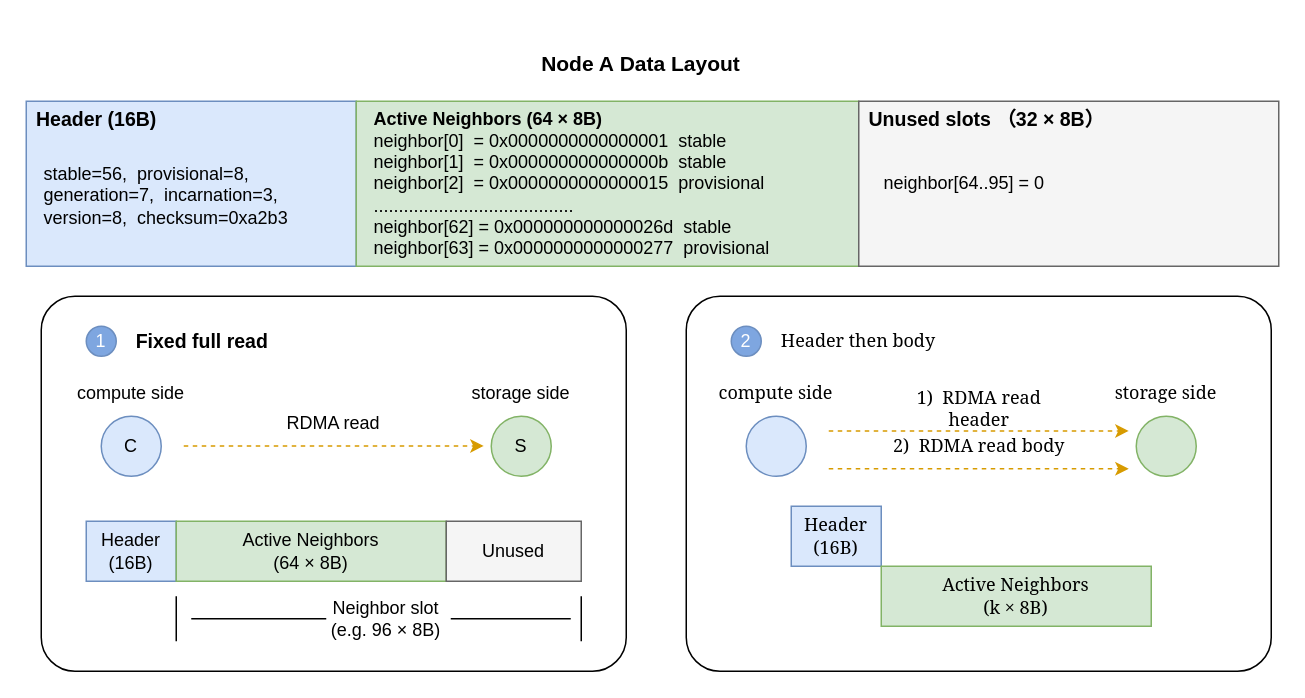
The draw.io diagram conventional-rdma.drawio in diandianjunA/diandianjunA, before the edit. Source tidied: cells renumbered, new cells numbered last; positions are measured from the earlier drawing's top-left corner, leaving out a move shared by most shapes. Both pictures are drawn from the tidied source at 150%, with x=0, y=0 at pixel (26, 40).
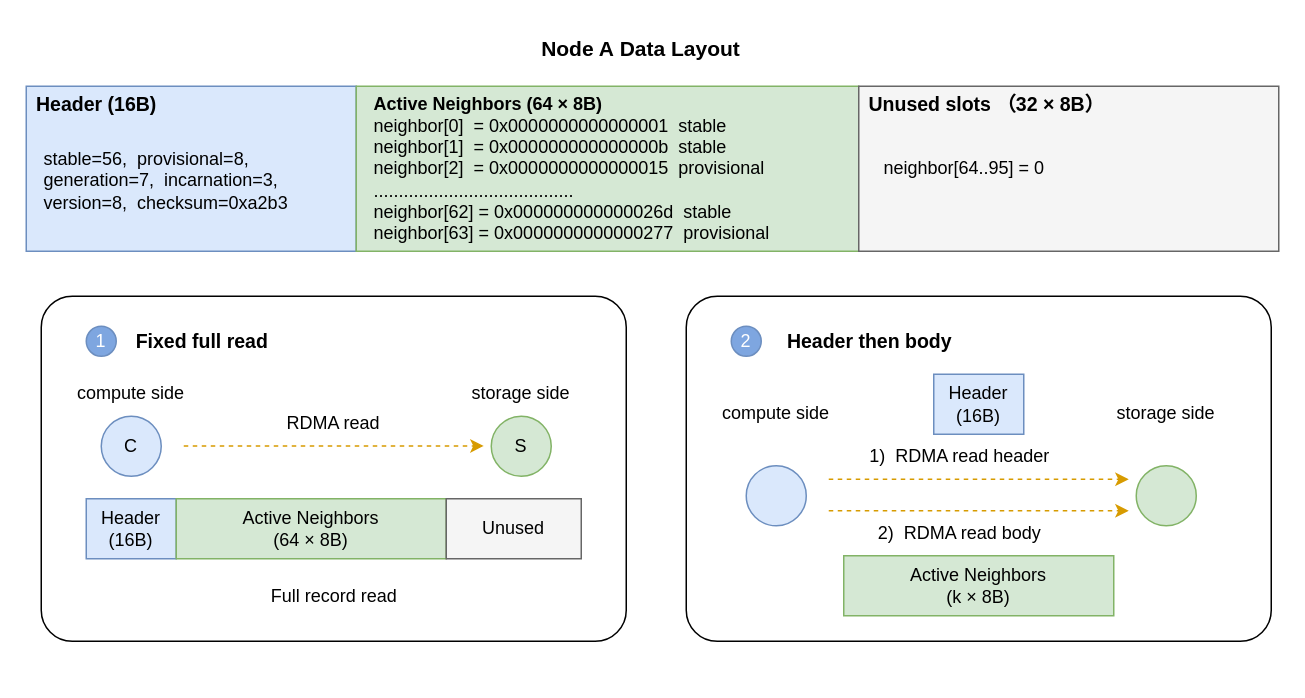
The same diagram, later.

Change to the diagram source:
```diff
@@
     <mxCell id="2" style="rounded=1;whiteSpace=wrap;html=1;fontFamily=Helvetica;arcSize=9;" parent="1" vertex="1">
-      <mxGeometry x="10" y="170" width="390" height="250" as="geometry" />
+      <mxGeometry x="10" y="170" width="390" height="230" as="geometry" />
     </mxCell>
@@
     <mxCell id="7" style="rounded=0;whiteSpace=wrap;html=1;fillColor=#dae8fc;strokeColor=#6c8ebf;fontFamily=Helvetica;" parent="1" vertex="1">
-      <mxGeometry x="40" y="320" width="60" height="40" as="geometry" />
+      <mxGeometry x="40" y="305" width="60" height="40" as="geometry" />
     </mxCell>
     <mxCell id="8" style="rounded=0;whiteSpace=wrap;html=1;fillColor=#d5e8d4;strokeColor=#82b366;fontFamily=Helvetica;" parent="1" vertex="1">
-      <mxGeometry x="100" y="320" width="180" height="40" as="geometry" />
+      <mxGeometry x="100" y="305" width="180" height="40" as="geometry" />
     </mxCell>
     <mxCell id="9" style="rounded=0;whiteSpace=wrap;html=1;fillColor=#f5f5f5;fontColor=#333333;strokeColor=#666666;fontFamily=Helvetica;" parent="1" vertex="1">
-      <mxGeometry x="280" y="320" width="90" height="40" as="geometry" />
+      <mxGeometry x="280" y="305" width="90" height="40" as="geometry" />
     </mxCell>
     <mxCell id="10" value="Header&lt;div&gt;(16B)&lt;/div&gt;" style="text;html=1;whiteSpace=wrap;strokeColor=none;fillColor=none;align=center;verticalAlign=middle;rounded=0;fontFamily=Helvetica;" parent="1" vertex="1">
-      <mxGeometry x="30" y="325" width="80" height="30" as="geometry" />
+      <mxGeometry x="30" y="310" width="80" height="30" as="geometry" />
     </mxCell>
-    <mxCell id="11" value="Neighbor slot&lt;div&gt;(e.g. 96 × 8B)&lt;/div&gt;" style="text;html=1;whiteSpace=wrap;strokeColor=none;fillColor=none;align=center;verticalAlign=middle;rounded=0;fontFamily=Helvetica;" parent="1" vertex="1">
-      <mxGeometry x="200" y="370" width="80" height="30" as="geometry" />
-    </mxCell>
-    <mxCell id="12" style="endArrow=none;html=1;rounded=0;exitX=1;exitY=0.5;exitDx=0;exitDy=0;fontFamily=Helvetica;" parent="1" edge="1">
-      <mxGeometry relative="1" as="geometry">
-        <mxPoint x="283" y="385" as="sourcePoint" />
-        <mxPoint x="363" y="385" as="targetPoint" />
-      </mxGeometry>
-    </mxCell>
-    <mxCell id="13" style="endArrow=none;html=1;rounded=0;fontFamily=Helvetica;" parent="1" edge="1">
-      <mxGeometry relative="1" as="geometry">
-        <mxPoint x="370" y="400" as="sourcePoint" />
-        <mxPoint x="370" y="370" as="targetPoint" />
-      </mxGeometry>
-    </mxCell>
-    <mxCell id="14" style="endArrow=none;html=1;rounded=0;fontFamily=Helvetica;" parent="1" edge="1">
-      <mxGeometry relative="1" as="geometry">
-        <mxPoint x="100" y="400" as="sourcePoint" />
-        <mxPoint x="100" y="370" as="targetPoint" />
-      </mxGeometry>
-    </mxCell>
-    <mxCell id="15" style="endArrow=none;html=1;rounded=0;entryX=0;entryY=0.5;entryDx=0;entryDy=0;fontFamily=Helvetica;" parent="1" edge="1" target="11">
-      <mxGeometry relative="1" as="geometry">
-        <mxPoint x="110" y="385" as="sourcePoint" />
-      </mxGeometry>
-    </mxCell>
     <mxCell id="16" value="Active Neighbors&lt;div&gt;(64 × 8B)&lt;/div&gt;" style="text;html=1;whiteSpace=wrap;strokeColor=none;fillColor=none;align=center;verticalAlign=middle;rounded=0;fontFamily=Helvetica;" parent="1" vertex="1">
-      <mxGeometry x="135" y="325" width="110" height="30" as="geometry" />
+      <mxGeometry x="135" y="310" width="110" height="30" as="geometry" />
     </mxCell>
     <mxCell id="17" value="Unused" style="text;html=1;whiteSpace=wrap;strokeColor=none;fillColor=none;align=center;verticalAlign=middle;rounded=0;fontFamily=Helvetica;" parent="1" vertex="1">
-      <mxGeometry x="270" y="325" width="110" height="30" as="geometry" />
+      <mxGeometry x="270" y="310" width="110" height="30" as="geometry" />
     </mxCell>
@@
     <mxCell id="22" style="rounded=0;whiteSpace=wrap;html=1;fillColor=#dae8fc;strokeColor=#6c8ebf;" parent="1" vertex="1">
-      <mxGeometry y="40" width="220" height="110" as="geometry" />
+      <mxGeometry y="30" width="220" height="110" as="geometry" />
     </mxCell>
     <mxCell id="23" style="rounded=0;whiteSpace=wrap;html=1;fillColor=#d5e8d4;strokeColor=#82b366;" parent="1" vertex="1">
-      <mxGeometry x="220" y="40" width="335" height="110" as="geometry" />
+      <mxGeometry x="220" y="30" width="335" height="110" as="geometry" />
     </mxCell>
     <mxCell id="24" value="&lt;div&gt;&lt;span class=&quot;text-only&quot; style=&quot;white-space: pre;&quot;&gt;&lt;b&gt;Active Neighbors (64 × 8B)&lt;/b&gt;&lt;/span&gt;&lt;/div&gt;&lt;div&gt;&lt;span class=&quot;text-only&quot; style=&quot;white-space: pre;&quot;&gt;neighbor[0]  = 0x0000000000000001  stable&lt;/span&gt;&lt;/div&gt;&lt;div&gt;&lt;span class=&quot;text-only&quot; style=&quot;white-space: pre;&quot;&gt;neighbor[1]  = 0x000000000000000b  stable&lt;/span&gt;&lt;/div&gt;&lt;div&gt;&lt;span class=&quot;text-only&quot; style=&quot;white-space: pre;&quot;&gt;neighbor[2]  = 0x0000000000000015  &lt;/span&gt;&lt;span style=&quot;background-color: transparent; color: light-dark(#000000, var(--ge-light-color, #ffffff));&quot;&gt;provisional&lt;/span&gt;&lt;/div&gt;&lt;div&gt;&lt;span class=&quot;text-only&quot; style=&quot;white-space: pre;&quot;&gt;........................................ &lt;/span&gt;&lt;/div&gt;&lt;div&gt;&lt;span class=&quot;text-only&quot; style=&quot;white-space: pre;&quot;&gt;neighbor[62] = 0x000000000000026d  stable&lt;/span&gt;&lt;/div&gt;&lt;div&gt;&lt;span class=&quot;text-only&quot; style=&quot;white-space: pre;&quot;&gt;neighbor[63] = 0x0000000000000277  &lt;/span&gt;&lt;span style=&quot;background-color: transparent; color: light-dark(#000000, var(--ge-light-color, #ffffff));&quot;&gt;provisional&lt;/span&gt;&lt;/div&gt;" style="text;html=1;whiteSpace=wrap;strokeColor=none;fillColor=none;align=left;verticalAlign=middle;rounded=0;fontSize=12;" parent="1" vertex="1">
-      <mxGeometry x="230" y="40" width="280" height="110" as="geometry" />
+      <mxGeometry x="230" y="30" width="280" height="110" as="geometry" />
     </mxCell>
     <mxCell id="25" style="rounded=0;whiteSpace=wrap;html=1;fillColor=#f5f5f5;fontColor=#333333;strokeColor=#666666;" parent="1" vertex="1">
-      <mxGeometry x="555" y="40" width="280" height="110" as="geometry" />
+      <mxGeometry x="555" y="30" width="280" height="110" as="geometry" />
     </mxCell>
     <mxCell id="26" value="&lt;div&gt;&lt;span class=&quot;text-only&quot; style=&quot;white-space: pre;&quot;&gt;neighbor[64..95] = 0&lt;/span&gt;&lt;/div&gt;" style="text;html=1;whiteSpace=wrap;strokeColor=none;fillColor=none;align=left;verticalAlign=middle;rounded=0;fontSize=12;" parent="1" vertex="1">
-      <mxGeometry x="570" y="80" width="210" height="30" as="geometry" />
+      <mxGeometry x="570" y="70" width="210" height="30" as="geometry" />
     </mxCell>
     <mxCell id="27" value="Node A&amp;nbsp;Data Layout" style="text;html=1;whiteSpace=wrap;strokeColor=none;fillColor=none;align=center;verticalAlign=middle;rounded=0;fontStyle=1;fontSize=14;" parent="1" vertex="1">
-      <mxGeometry x="330" width="160" height="30" as="geometry" />
+      <mxGeometry x="330" y="-10" width="160" height="30" as="geometry" />
     </mxCell>
     <mxCell id="28" style="rounded=1;whiteSpace=wrap;html=1;fontFamily=Helvetica;arcSize=9;" parent="1" vertex="1">
-      <mxGeometry x="440" y="170" width="390" height="250" as="geometry" />
+      <mxGeometry x="440" y="170" width="390" height="230" as="geometry" />
     </mxCell>
-    <mxCell id="29" style="ellipse;whiteSpace=wrap;html=1;shapeInside=1;fillColor=#dae8fc;strokeColor=#6c8ebf;" parent="1" vertex="1">
-      <mxGeometry x="480" y="250" width="40" height="40" as="geometry" />
+    <mxCell id="29" style="ellipse;whiteSpace=wrap;html=1;shapeInside=1;fillColor=#dae8fc;strokeColor=#6c8ebf;fontFamily=Helvetica;" parent="1" vertex="1">
+      <mxGeometry x="480" y="283" width="40" height="40" as="geometry" />
     </mxCell>
-    <mxCell id="30" style="ellipse;whiteSpace=wrap;html=1;shapeInside=1;fillColor=#d5e8d4;strokeColor=#82b366;" parent="1" vertex="1">
-      <mxGeometry x="740" y="250" width="40" height="40" as="geometry" />
+    <mxCell id="30" style="ellipse;whiteSpace=wrap;html=1;shapeInside=1;fillColor=#d5e8d4;strokeColor=#82b366;fontFamily=Helvetica;" parent="1" vertex="1">
+      <mxGeometry x="740" y="283" width="40" height="40" as="geometry" />
     </mxCell>
-    <mxCell id="31" value="compute side" style="text;html=1;whiteSpace=wrap;strokeColor=none;fillColor=none;align=center;verticalAlign=middle;rounded=0;fontFamily=Georgia;" parent="1" vertex="1">
-      <mxGeometry x="460" y="220" width="80" height="30" as="geometry" />
+    <mxCell id="31" value="compute side" style="text;html=1;whiteSpace=wrap;strokeColor=none;fillColor=none;align=center;verticalAlign=middle;rounded=0;fontFamily=Helvetica;" parent="1" vertex="1">
+      <mxGeometry x="460" y="233" width="80" height="30" as="geometry" />
     </mxCell>
-    <mxCell id="32" value="storage side" style="text;html=1;whiteSpace=wrap;strokeColor=none;fillColor=none;align=center;verticalAlign=middle;rounded=0;fontFamily=Georgia;" parent="1" vertex="1">
-      <mxGeometry x="720" y="220" width="80" height="30" as="geometry" />
+    <mxCell id="32" value="storage side" style="text;html=1;whiteSpace=wrap;strokeColor=none;fillColor=none;align=center;verticalAlign=middle;rounded=0;fontFamily=Helvetica;" parent="1" vertex="1">
+      <mxGeometry x="720" y="233" width="80" height="30" as="geometry" />
     </mxCell>
-    <mxCell id="33" style="rounded=0;whiteSpace=wrap;html=1;fillColor=#dae8fc;strokeColor=#6c8ebf;" parent="1" vertex="1">
-      <mxGeometry x="510" y="310" width="60" height="40" as="geometry" />
+    <mxCell id="33" style="rounded=0;whiteSpace=wrap;html=1;fillColor=#dae8fc;strokeColor=#6c8ebf;fontFamily=Helvetica;" parent="1" vertex="1">
+      <mxGeometry x="605" y="222" width="60" height="40" as="geometry" />
     </mxCell>
-    <mxCell id="34" style="rounded=0;whiteSpace=wrap;html=1;fillColor=#d5e8d4;strokeColor=#82b366;" parent="1" vertex="1">
-      <mxGeometry x="570" y="350" width="180" height="40" as="geometry" />
+    <mxCell id="34" style="rounded=0;whiteSpace=wrap;html=1;fillColor=#d5e8d4;strokeColor=#82b366;fontFamily=Helvetica;" parent="1" vertex="1">
+      <mxGeometry x="545" y="343" width="180" height="40" as="geometry" />
     </mxCell>
-    <mxCell id="35" value="Header&lt;div&gt;(16B)&lt;/div&gt;" style="text;html=1;whiteSpace=wrap;strokeColor=none;fillColor=none;align=center;verticalAlign=middle;rounded=0;fontFamily=Georgia;" parent="1" vertex="1">
-      <mxGeometry x="500" y="315" width="80" height="30" as="geometry" />
+    <mxCell id="35" value="Header&lt;div&gt;(16B)&lt;/div&gt;" style="text;html=1;whiteSpace=wrap;strokeColor=none;fillColor=none;align=center;verticalAlign=middle;rounded=0;fontFamily=Helvetica;" parent="1" vertex="1">
+      <mxGeometry x="595" y="227" width="80" height="30" as="geometry" />
     </mxCell>
-    <mxCell id="36" value="Active Neighbors&lt;div&gt;(k × 8B)&lt;/div&gt;" style="text;html=1;whiteSpace=wrap;strokeColor=none;fillColor=none;align=center;verticalAlign=middle;rounded=0;fontFamily=Georgia;" parent="1" vertex="1">
-      <mxGeometry x="605" y="355" width="110" height="30" as="geometry" />
+    <mxCell id="36" value="Active Neighbors&lt;div&gt;(k × 8B)&lt;/div&gt;" style="text;html=1;whiteSpace=wrap;strokeColor=none;fillColor=none;align=center;verticalAlign=middle;rounded=0;fontFamily=Helvetica;" parent="1" vertex="1">
+      <mxGeometry x="580" y="348" width="110" height="30" as="geometry" />
     </mxCell>
-    <mxCell id="37" value="2" style="ellipse;whiteSpace=wrap;html=1;shapeInside=1;fillColor=#7EA6E0;strokeColor=#6c8ebf;fontColor=#FFFFFF;" parent="1" vertex="1">
+    <mxCell id="37" value="2" style="ellipse;whiteSpace=wrap;html=1;shapeInside=1;fillColor=#7EA6E0;strokeColor=#6c8ebf;fontColor=#FFFFFF;fontFamily=Helvetica;" parent="1" vertex="1">
       <mxGeometry x="470" y="190" width="20" height="20" as="geometry" />
     </mxCell>
-    <mxCell id="38" value="Header then body" style="text;html=1;whiteSpace=wrap;strokeColor=none;fillColor=none;align=center;verticalAlign=middle;rounded=0;fontFamily=Georgia;" parent="1" vertex="1">
-      <mxGeometry x="500" y="185" width="110" height="30" as="geometry" />
+    <mxCell id="38" value="Header then body" style="text;html=1;whiteSpace=wrap;strokeColor=none;fillColor=none;align=center;verticalAlign=middle;rounded=0;fontFamily=Helvetica;fontStyle=1;fontSize=13;" parent="1" vertex="1">
+      <mxGeometry x="500" y="185" width="125" height="30" as="geometry" />
     </mxCell>
-    <mxCell id="39" style="endArrow=classic;html=1;rounded=0;dashed=1;fillColor=#ffe6cc;strokeColor=#d79b00;" parent="1" edge="1">
+    <mxCell id="39" style="endArrow=classic;html=1;rounded=0;dashed=1;fillColor=#ffe6cc;strokeColor=#d79b00;fontFamily=Helvetica;" parent="1" edge="1">
       <mxGeometry relative="1" as="geometry">
-        <mxPoint x="535" y="259.8" as="sourcePoint" />
-        <mxPoint x="735" y="259.8" as="targetPoint" />
+        <mxPoint x="535" y="292" as="sourcePoint" />
+        <mxPoint x="735" y="292" as="targetPoint" />
       </mxGeometry>
     </mxCell>
-    <mxCell id="40" value="1)&amp;nbsp; RDMA read header" style="text;html=1;whiteSpace=wrap;strokeColor=none;fillColor=none;align=center;verticalAlign=middle;rounded=0;fontFamily=Georgia;" parent="1" vertex="1">
-      <mxGeometry x="572.5" y="230" width="125" height="30" as="geometry" />
+    <mxCell id="40" value="1)&amp;nbsp; RDMA read header" style="text;html=1;whiteSpace=wrap;strokeColor=none;fillColor=none;align=center;verticalAlign=middle;rounded=0;fontFamily=Helvetica;" parent="1" vertex="1">
+      <mxGeometry x="560" y="262" width="125" height="30" as="geometry" />
     </mxCell>
-    <mxCell id="41" style="endArrow=classic;html=1;rounded=0;dashed=1;fillColor=#ffe6cc;strokeColor=#d79b00;" parent="1" edge="1">
+    <mxCell id="41" style="endArrow=classic;html=1;rounded=0;dashed=1;fillColor=#ffe6cc;strokeColor=#d79b00;fontFamily=Helvetica;" parent="1" edge="1">
       <mxGeometry relative="1" as="geometry">
-        <mxPoint x="535" y="285" as="sourcePoint" />
-        <mxPoint x="735" y="285" as="targetPoint" />
+        <mxPoint x="535" y="313" as="sourcePoint" />
+        <mxPoint x="735" y="313" as="targetPoint" />
       </mxGeometry>
     </mxCell>
-    <mxCell id="42" value="2)&amp;nbsp; RDMA read body" style="text;html=1;whiteSpace=wrap;strokeColor=none;fillColor=none;align=center;verticalAlign=middle;rounded=0;fontFamily=Georgia;" parent="1" vertex="1">
-      <mxGeometry x="572.5" y="255" width="125" height="30" as="geometry" />
+    <mxCell id="42" value="2)&amp;nbsp; RDMA read body" style="text;html=1;whiteSpace=wrap;strokeColor=none;fillColor=none;align=center;verticalAlign=middle;rounded=0;fontFamily=Helvetica;" parent="1" vertex="1">
+      <mxGeometry x="560" y="313" width="125" height="30" as="geometry" />
     </mxCell>
     <mxCell id="43" value="&lt;b&gt;&lt;font style=&quot;font-size: 13px;&quot;&gt;Header (&lt;/font&gt;&lt;/b&gt;&lt;b&gt;&lt;font style=&quot;font-size: 13px;&quot;&gt;16B&lt;/font&gt;&lt;/b&gt;&lt;b&gt;&lt;font style=&quot;font-size: 13px;&quot;&gt;)&lt;/font&gt;&lt;/b&gt;" style="text;html=1;whiteSpace=wrap;strokeColor=none;fillColor=none;align=left;verticalAlign=middle;rounded=0;fontSize=12;" parent="1" vertex="1">
-      <mxGeometry x="5" y="42" width="125" height="20" as="geometry" />
+      <mxGeometry x="5" y="32" width="125" height="20" as="geometry" />
     </mxCell>
     <mxCell id="44" value="&lt;span style=&quot;color: rgb(0, 0, 0); font-family: Helvetica; font-size: 12px; font-style: normal; font-variant-ligatures: normal; font-variant-caps: normal; font-weight: 400; letter-spacing: normal; orphans: 2; text-align: left; text-indent: 0px; text-transform: none; widows: 2; word-spacing: 0px; -webkit-text-stroke-width: 0px; white-space: normal; text-decoration-thickness: initial; text-decoration-style: initial; text-decoration-color: initial; float: none; display: inline !important;&quot;&gt;stable=56,&amp;nbsp; provisional=8, generation=7,&amp;nbsp; incarnation=3, version=8,&amp;nbsp; checksum=0xa2b3&lt;/span&gt;" style="text;whiteSpace=wrap;html=1;" parent="1" vertex="1">
-      <mxGeometry x="10" y="75" width="195" height="40" as="geometry" />
+      <mxGeometry x="10" y="65" width="195" height="40" as="geometry" />
     </mxCell>
     <mxCell id="45" value="&lt;span style=&quot;font-size: 13px;&quot;&gt;&lt;b&gt;Unused slots （32 × 8B）&lt;/b&gt;&lt;/span&gt;" style="text;html=1;whiteSpace=wrap;strokeColor=none;fillColor=none;align=left;verticalAlign=middle;rounded=0;fontSize=12;" parent="1" vertex="1">
-      <mxGeometry x="560" y="42" width="160" height="20" as="geometry" />
+      <mxGeometry x="560" y="32" width="160" height="20" as="geometry" />
     </mxCell>
+    <mxCell id="46" value="Full record read" style="text;html=1;whiteSpace=wrap;strokeColor=none;fillColor=none;align=center;verticalAlign=middle;rounded=0;fontFamily=Helvetica;" parent="1" vertex="1">
+      <mxGeometry x="157.5" y="355" width="95" height="30" as="geometry" />
+    </mxCell>
```
